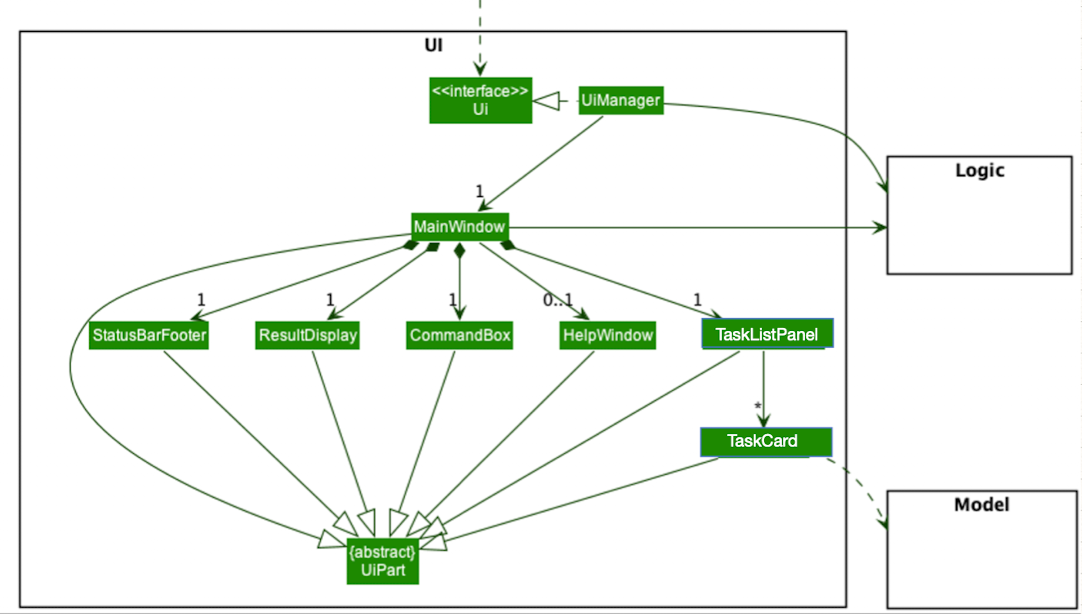
Above: docs/images/UiClassDiagram.png in nus-cs2103-AY2223S1/tp (PlantUML), before the change. Its source is kept beside it as docs/diagrams/UiClassDiagram.puml.
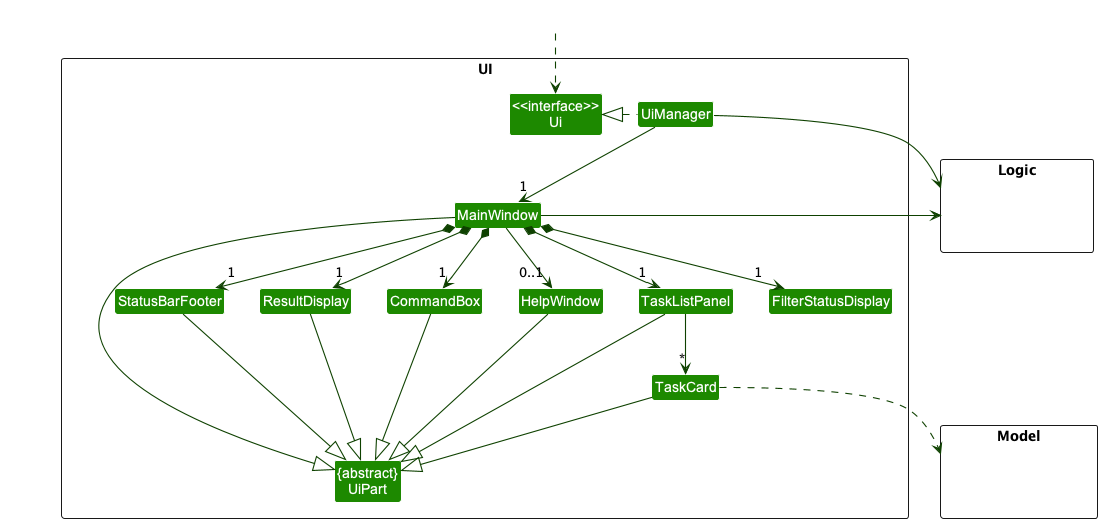
After the change.

Change to the diagram source:
```diff
@@ -15,6 +15,7 @@
 Class TaskCard
 Class StatusBarFooter
 Class CommandBox
+Class FilterStatusDisplay
 }
 
 package Model <<Rectangle>> {
@@ -34,6 +35,7 @@
 MainWindow *-down-> "1" ResultDisplay
 MainWindow *-down-> "1" TaskListPanel
 MainWindow *-down-> "1" StatusBarFooter
+MainWindow *-down-> "1" FilterStatusDisplay
 MainWindow --> "0..1" HelpWindow
 
 TaskListPanel -down-> "*" TaskCard
```
